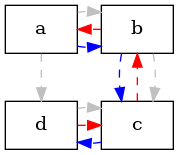
This is lesson_10/img/gen_server.standard.png from yzh44yzh/elixir_course, a Graphviz export, as it was before one commit. Its source is kept beside it as lesson_10/img/gen_server.standard.dot.
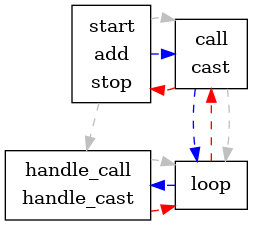
After the commit.

Commit message:
gen_server.dot, nodes and subgraph

Diff of the diagram source:
```diff
@@ -1,41 +1,62 @@
 digraph GS {
 
-   /*
+    /*
     TODO:
-    - layout nodes
-    - label nodes with 3 rows
+    + layout nodes
+    + label nodes with 3 rows
     - put nodes into clusters as I need cluster labels
     - hide hidden edges
     - apply styles to all elements
     - also apply font 'ubuntu mono'
     */
 
-
+    graph [style=filled color=blue];
     node [shape=box];
 
-    edge [weight=1 style=dashed color=blue]
-    a -> b -> c -> d
+    subgraph cluster_my_module {
+        label = "MyModule";
 
-    edge [weight=1 style=dashed color=red]
-    d -> c -> b -> a
+        a [label=<
+           <table border="0">
+           <tr><td>start</td></tr>
+           <tr><td>add</td></tr>
+           <tr><td>stop</td></tr>
+           </table>
+           >];
 
-    edge [weight=1000 style=dashed color=grey]
-    a -> d
-    b -> c
-    rank=same {a -> b}
-    rank=same {d -> c}
+        d [label=<
+           <table border="0">
+           <tr><td>handle_call</td></tr>
+           <tr><td>handle_cast</td></tr>
+           </table>
+           >];
 
+    };
 
+    subgraph cluster_otp {
+        label = "OTP";
 
+        b [label=<
+           <table border="0">
+           <tr><td>call</td></tr>
+           <tr><td>cast</td></tr>
+           </table>
+           >];
 
+        c [label="loop"];
 
+    };
 
+    edge [weight=1 style=dashed color=red];
+    d -> c -> b -> a;
 
+    edge [weight=1 style=dashed color=blue];
+    a -> b -> c -> d;
 
-
-
-
-
-
+    edge [weight=1000 style=dashed color=grey];
+    a -> d;
+    b -> c;
+    rank=same {a -> b};
+    rank=same {d -> c};
 
 }
```
